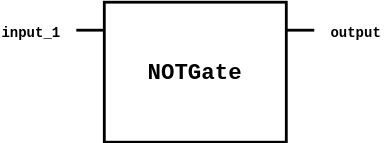
The draw.io diagram docs/images/schematics/gate/NOTGate.svg in jamesjiang52/Bitwise, before a commit. Source tidied: cells renumbered, new cells last; positions are measured from the earlier drawing's top-left corner, leaving out a move shared by most shapes. Its diagram source:
```xml
<mxGraphModel background="#ffffff">
  <root>
    <mxCell id="0" />
    <mxCell id="1" parent="0" />
    <mxCell id="2" style="group;" parent="1" vertex="1">
      <mxGeometry width="270" height="100" as="geometry" />
    </mxCell>
    <mxCell id="3" style="rounded=0;whiteSpace=wrap;html=1;strokeWidth=2;" parent="2" vertex="1">
      <mxGeometry x="70" width="130" height="100" as="geometry" />
    </mxCell>
    <mxCell id="4" style="endArrow=none;html=1;strokeWidth=2;" parent="2" edge="1">
      <mxGeometry relative="1" as="geometry">
        <mxPoint x="50" y="20" as="sourcePoint" />
        <mxPoint x="70" y="20" as="targetPoint" />
      </mxGeometry>
    </mxCell>
    <mxCell id="5" style="endArrow=none;html=1;strokeWidth=2;" parent="2" edge="1">
      <mxGeometry relative="1" as="geometry">
        <mxPoint x="200" y="20" as="sourcePoint" />
        <mxPoint x="220" y="20" as="targetPoint" />
      </mxGeometry>
    </mxCell>
    <mxCell id="6" value="&lt;font face=&quot;Courier New&quot; size=&quot;1&quot;&gt;&lt;b style=&quot;font-size: 16px&quot;&gt;NOTGate&lt;/b&gt;&lt;/font&gt;" style="text;html=1;strokeColor=none;fillColor=none;align=center;verticalAlign=middle;whiteSpace=wrap;rounded=0;" parent="2" vertex="1">
      <mxGeometry x="70" width="130" height="100" as="geometry" />
    </mxCell>
    <mxCell id="7" value="&lt;b&gt;&lt;font face=&quot;Courier New&quot; style=&quot;font-size: 10px&quot;&gt;input_1&lt;/font&gt;&lt;/b&gt;" style="text;html=1;strokeColor=none;fillColor=none;align=right;verticalAlign=middle;whiteSpace=wrap;rounded=0;" parent="2" vertex="1">
      <mxGeometry y="10" width="40" height="20" as="geometry" />
    </mxCell>
    <mxCell id="8" value="&lt;b&gt;&lt;font face=&quot;Courier New&quot; style=&quot;font-size: 10px&quot;&gt;output&lt;/font&gt;&lt;/b&gt;" style="text;html=1;strokeColor=none;fillColor=none;align=left;verticalAlign=middle;whiteSpace=wrap;rounded=0;" parent="2" vertex="1">
      <mxGeometry x="230" y="10" width="40" height="20" as="geometry" />
    </mxCell>
  </root>
</mxGraphModel>
```
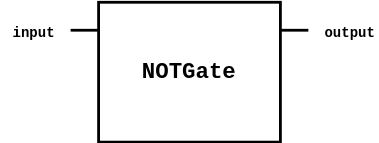
The same file after the commit.

What changed in the source:
```diff
@@ -23,7 +23,7 @@
     <mxCell id="6" value="&lt;font face=&quot;Courier New&quot; size=&quot;1&quot;&gt;&lt;b style=&quot;font-size: 16px&quot;&gt;NOTGate&lt;/b&gt;&lt;/font&gt;" style="text;html=1;strokeColor=none;fillColor=none;align=center;verticalAlign=middle;whiteSpace=wrap;rounded=0;" parent="2" vertex="1">
       <mxGeometry x="70" width="130" height="100" as="geometry" />
     </mxCell>
-    <mxCell id="7" value="&lt;b&gt;&lt;font face=&quot;Courier New&quot; style=&quot;font-size: 10px&quot;&gt;input_1&lt;/font&gt;&lt;/b&gt;" style="text;html=1;strokeColor=none;fillColor=none;align=right;verticalAlign=middle;whiteSpace=wrap;rounded=0;" parent="2" vertex="1">
+    <mxCell id="7" value="&lt;b&gt;&lt;font face=&quot;Courier New&quot; style=&quot;font-size: 10px&quot;&gt;input&lt;/font&gt;&lt;/b&gt;" style="text;html=1;strokeColor=none;fillColor=none;align=right;verticalAlign=middle;whiteSpace=wrap;rounded=0;" parent="2" vertex="1">
       <mxGeometry y="10" width="40" height="20" as="geometry" />
     </mxCell>
     <mxCell id="8" value="&lt;b&gt;&lt;font face=&quot;Courier New&quot; style=&quot;font-size: 10px&quot;&gt;output&lt;/font&gt;&lt;/b&gt;" style="text;html=1;strokeColor=none;fillColor=none;align=left;verticalAlign=middle;whiteSpace=wrap;rounded=0;" parent="2" vertex="1">
```
